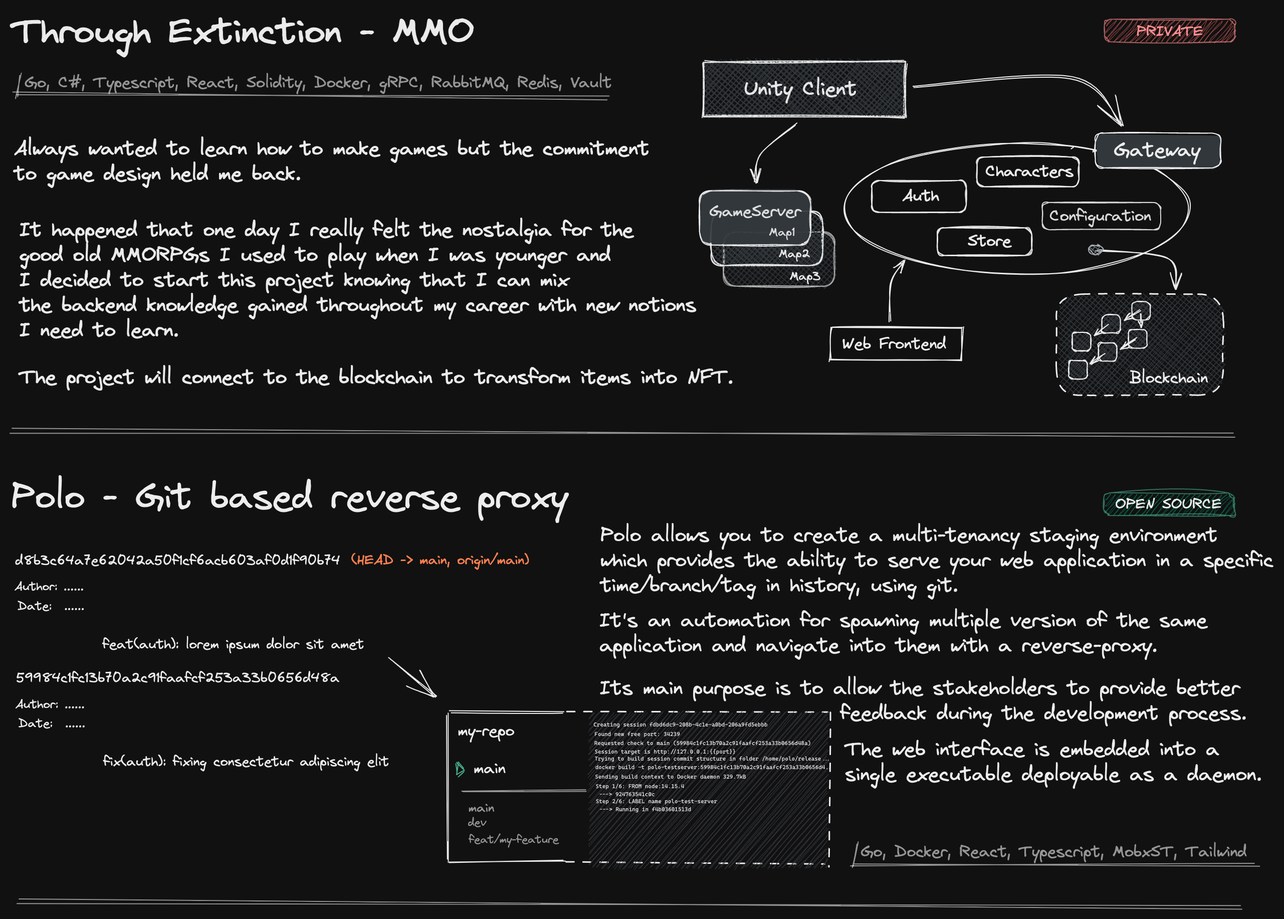
The Excalidraw diagram projects.png in Wufe/wufe, before a commit. Source tidied: one line per element, renumbered; positions are measured from the earlier drawing's top-left corner, leaving out a move shared by most shapes.
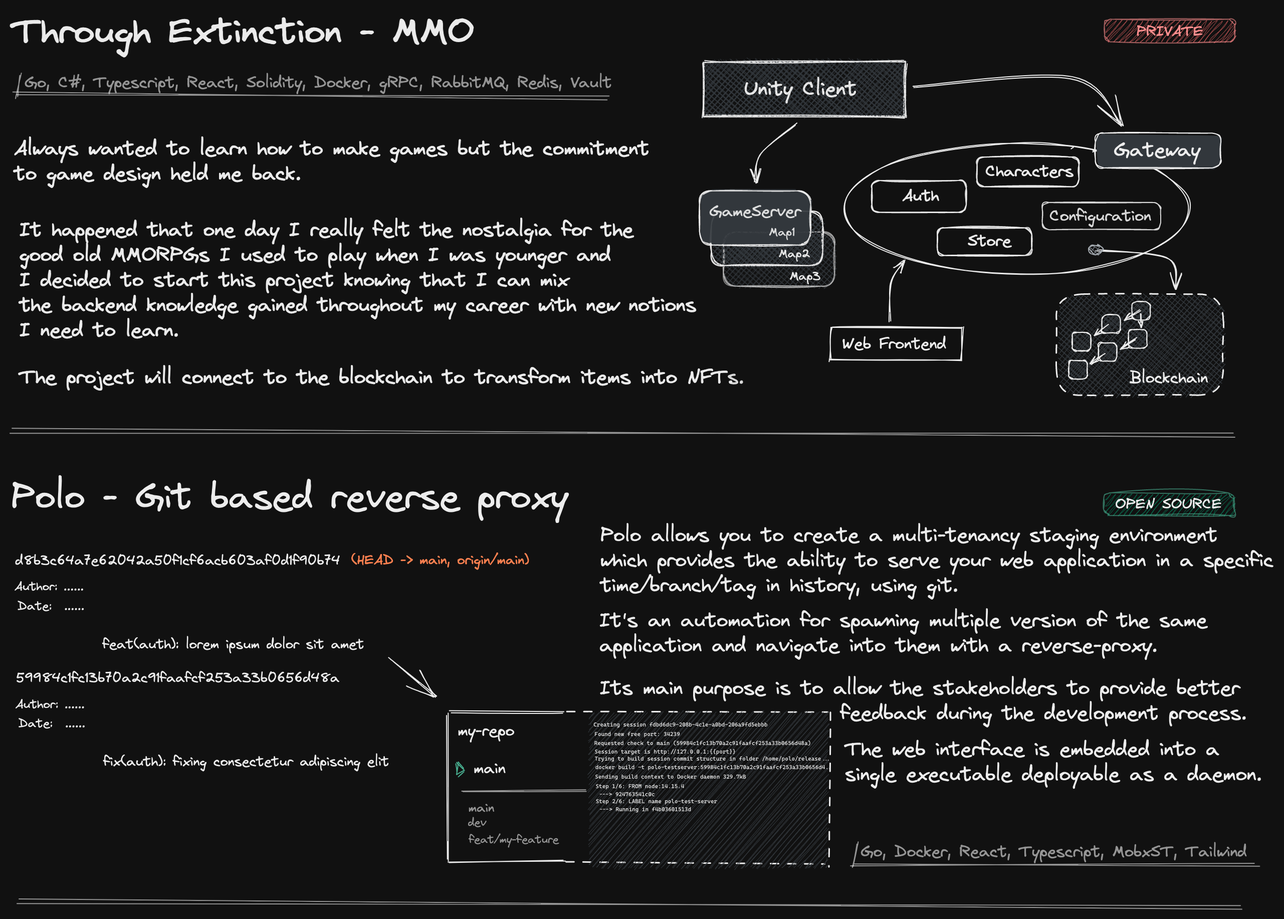
After the commit.

Commit message:
tiny typo

Change to the diagram source:
```diff
@@ -20,7 +20,7 @@
 {"id": 19, "type": "text", "text": "Through Extinction - MMO", "strokeColor": "#000000", "backgroundColor": "#ced4da", "fillStyle": "cross-hatch", "strokeWidth": 1, "roughness": 1, "opacity": 90, "fontSize": 36, "fontFamily": 1, "x": 2, "y": 0, "width": 462, "height": 45}
 {"id": 20, "type": "text", "text": "Always wanted to learn how to make games but the commitment\nto game design held me back. ", "strokeColor": "#000000", "backgroundColor": "#ced4da", "fillStyle": "cross-hatch", "strokeWidth": 1, "roughness": 1, "opacity": 90, "fontSize": 20, "fontFamily": 1, "x": 4, "y": 126, "width": 634, "height": 50}
 {"id": 21, "type": "text", "text": "It happened that one day I really felt the nostalgia for the\ngood old MMORPGs I used to play when I was younger and\nI decided to start this project knowing that I can mix\nthe backend knowledge gained throughout my career with new notions\nI need to learn.", "strokeColor": "#000000", "backgroundColor": "#ced4da", "fillStyle": "cross-hatch", "strokeWidth": 1, "roughness": 1, "opacity": 90, "fontSize": 20, "fontFamily": 1, "x": 10, "y": 207, "width": 675, "height": 125}
-{"id": 22, "type": "text", "text": "The project will connect to the blockchain to transform items into NFT.", "strokeColor": "#000000", "backgroundColor": "#ced4da", "fillStyle": "cross-hatch", "strokeWidth": 1, "roughness": 1, "opacity": 90, "fontSize": 20, "fontFamily": 1, "x": 9, "y": 354, "width": 713, "height": 25}
+{"id": 22, "type": "text", "text": "The project will connect to the blockchain to transform items into NFTs.", "strokeColor": "#000000", "backgroundColor": "#ced4da", "fillStyle": "cross-hatch", "strokeWidth": 1, "roughness": 1, "opacity": 90, "fontSize": 20, "fontFamily": 1, "x": 9, "y": 354, "width": 724, "height": 25}
 {"id": 23, "type": "rectangle", "strokeColor": "#000000", "backgroundColor": "#ced4da", "fillStyle": "cross-hatch", "strokeWidth": 1, "roughness": 1, "opacity": 90, "x": 693, "y": 52, "width": 201, "height": 54}
 {"id": 24, "type": "text", "text": "Unity Client", "strokeColor": "#000000", "backgroundColor": "#ced4da", "fillStyle": "cross-hatch", "strokeWidth": 1, "roughness": 1, "opacity": 90, "fontSize": 20, "fontFamily": 1, "x": 732, "y": 67, "width": 114, "height": 25}
 {"id": 25, "type": "rectangle", "strokeColor": "#000000", "strokeWidth": 1, "roughness": 1, "opacity": 90, "x": 860, "y": 170, "width": 94, "height": 32}
```
